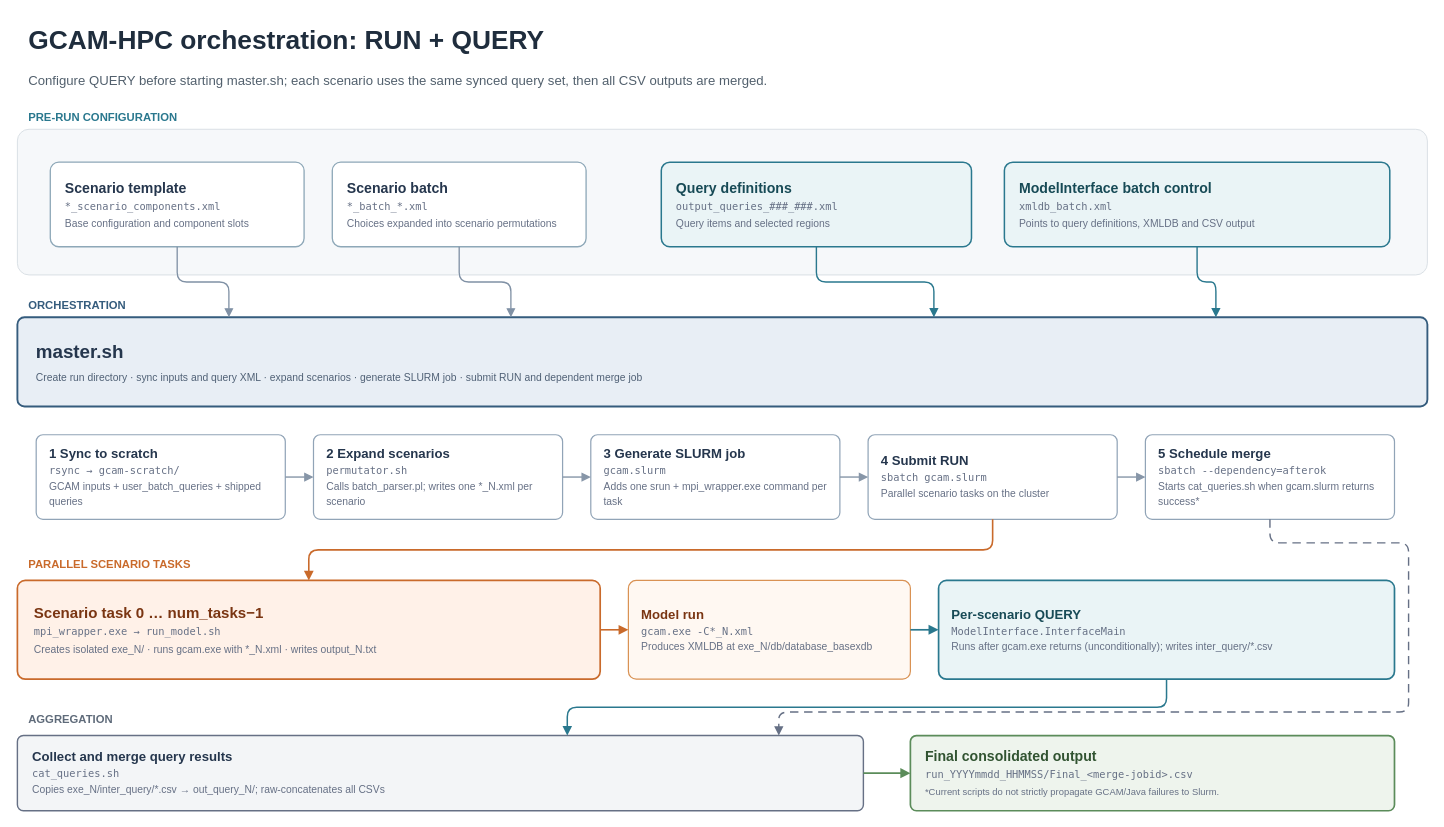
This is asset/tutorial/gcam-hpc-tutorial.drawio from jerrysong0128/gcam-hpc-PKU, a draw.io file, before an edit. Source tidied: cells renumbered, new cells numbered last; positions are measured from the earlier drawing's top-left corner, leaving out a move shared by most shapes. Both pictures are drawn from the tidied source at 94%, with x=0, y=0 at pixel (17, 16).
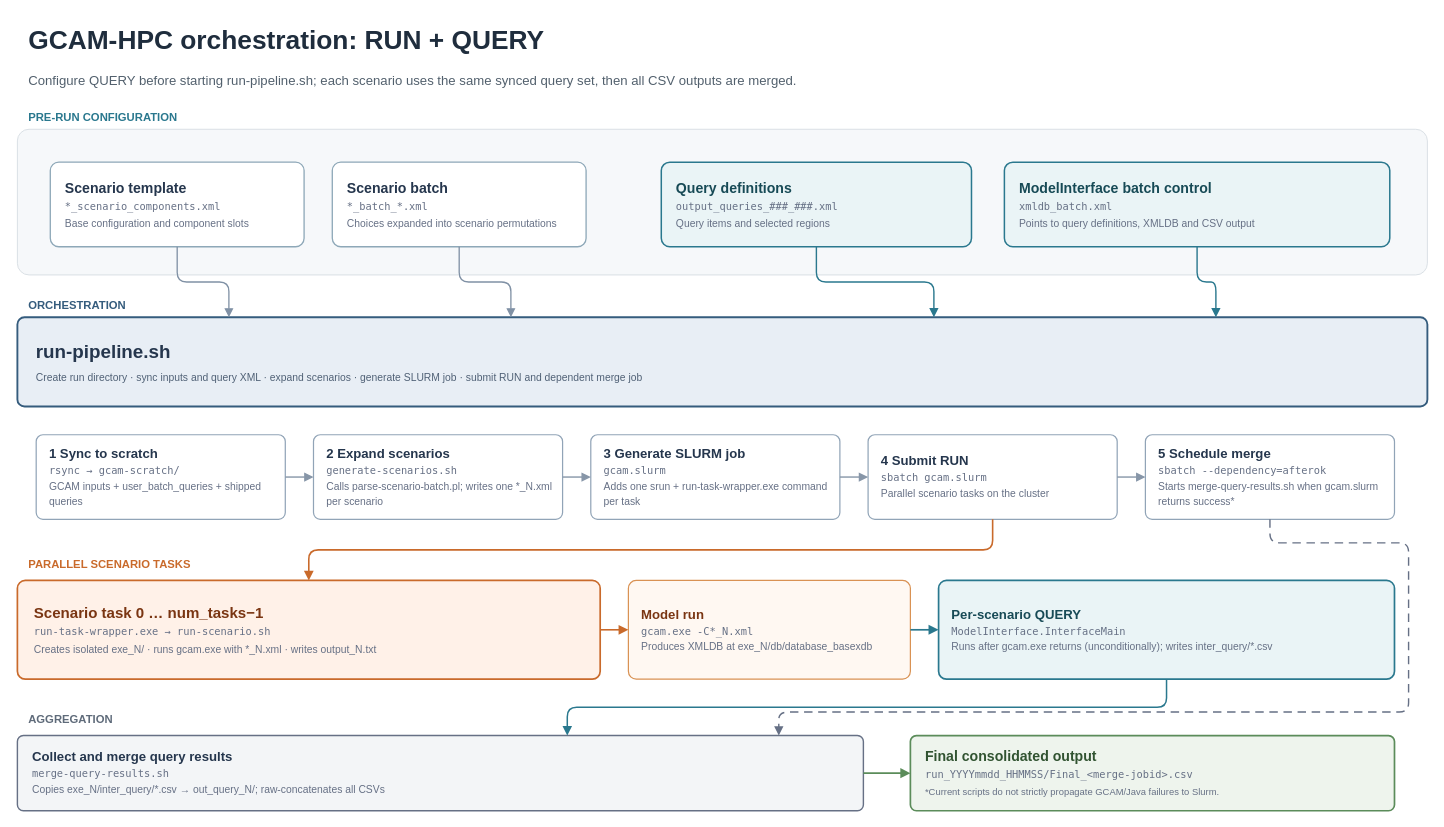
The same diagram, later.

Change to the diagram source:
```diff
@@
-    <mxCell id="3" value="Configure QUERY before starting master.sh; each scenario uses the same synced query set, then all CSV outputs are merged." style="text;html=1;align=left;verticalAlign=middle;fontFamily=Helvetica;fontSize=14;fontColor=#52606D;" parent="1" vertex="1">
+    <mxCell id="3" value="Configure QUERY before starting run-pipeline.sh; each scenario uses the same synced query set, then all CSV outputs are merged." style="text;html=1;align=left;verticalAlign=middle;fontFamily=Helvetica;fontSize=14;fontColor=#52606D;" parent="1" vertex="1">
       <mxGeometry x="10" y="55" width="1180" height="25" as="geometry" />
     </mxCell>
@@
-    <mxCell id="11" value="&lt;b&gt;master.sh&lt;/b&gt;&lt;br&gt;&lt;span style=&quot;font-size:11px;color:#506176&quot;&gt;Create run directory · sync inputs and query XML · expand scenarios · generate SLURM job · submit RUN and dependent merge job&lt;/span&gt;" style="rounded=1;arcSize=8;whiteSpace=wrap;html=1;fillColor=#E8EEF5;strokeColor=#355C7D;strokeWidth=2;fontFamily=Helvetica;fontSize=20;fontColor=#25364D;align=left;verticalAlign=middle;spacingLeft=18;" parent="1" vertex="1">
+    <mxCell id="11" value="&lt;b&gt;run-pipeline.sh&lt;/b&gt;&lt;br&gt;&lt;span style=&quot;font-size:11px;color:#506176&quot;&gt;Create run directory · sync inputs and query XML · expand scenarios · generate SLURM job · submit RUN and dependent merge job&lt;/span&gt;" style="rounded=1;arcSize=8;whiteSpace=wrap;html=1;fillColor=#E8EEF5;strokeColor=#355C7D;strokeWidth=2;fontFamily=Helvetica;fontSize=20;fontColor=#25364D;align=left;verticalAlign=middle;spacingLeft=18;" parent="1" vertex="1">
       <mxGeometry y="320" width="1500" height="95" as="geometry" />
     </mxCell>
@@
-    <mxCell id="13" value="&lt;b&gt;2  Expand scenarios&lt;/b&gt;&lt;br&gt;&lt;span style=&quot;font-family:Menlo;font-size:11px;color:#667085&quot;&gt;permutator.sh&lt;/span&gt;&lt;br&gt;&lt;span style=&quot;font-size:11px;color:#667085&quot;&gt;Calls batch_parser.pl; writes one *_N.xml per scenario&lt;/span&gt;" style="rounded=1;arcSize=8;whiteSpace=wrap;html=1;fillColor=#FFFFFF;strokeColor=#91A4B7;strokeWidth=1.3;fontFamily=Helvetica;fontSize=14;fontColor=#25364D;align=left;verticalAlign=middle;spacingLeft=12;" parent="1" vertex="1">
+    <mxCell id="13" value="&lt;b&gt;2  Expand scenarios&lt;/b&gt;&lt;br&gt;&lt;span style=&quot;font-family:Menlo;font-size:11px;color:#667085&quot;&gt;generate-scenarios.sh&lt;/span&gt;&lt;br&gt;&lt;span style=&quot;font-size:11px;color:#667085&quot;&gt;Calls parse-scenario-batch.pl; writes one *_N.xml per scenario&lt;/span&gt;" style="rounded=1;arcSize=8;whiteSpace=wrap;html=1;fillColor=#FFFFFF;strokeColor=#91A4B7;strokeWidth=1.3;fontFamily=Helvetica;fontSize=14;fontColor=#25364D;align=left;verticalAlign=middle;spacingLeft=12;" parent="1" vertex="1">
       <mxGeometry x="315" y="445" width="265" height="90" as="geometry" />
     </mxCell>
-    <mxCell id="14" value="&lt;b&gt;3  Generate SLURM job&lt;/b&gt;&lt;br&gt;&lt;span style=&quot;font-family:Menlo;font-size:11px;color:#667085&quot;&gt;gcam.slurm&lt;/span&gt;&lt;br&gt;&lt;span style=&quot;font-size:11px;color:#667085&quot;&gt;Adds one srun + mpi_wrapper.exe command per task&lt;/span&gt;" style="rounded=1;arcSize=8;whiteSpace=wrap;html=1;fillColor=#FFFFFF;strokeColor=#91A4B7;strokeWidth=1.3;fontFamily=Helvetica;fontSize=14;fontColor=#25364D;align=left;verticalAlign=middle;spacingLeft=12;" parent="1" vertex="1">
+    <mxCell id="14" value="&lt;b&gt;3  Generate SLURM job&lt;/b&gt;&lt;br&gt;&lt;span style=&quot;font-family:Menlo;font-size:11px;color:#667085&quot;&gt;gcam.slurm&lt;/span&gt;&lt;br&gt;&lt;span style=&quot;font-size:11px;color:#667085&quot;&gt;Adds one srun + run-task-wrapper.exe command per task&lt;/span&gt;" style="rounded=1;arcSize=8;whiteSpace=wrap;html=1;fillColor=#FFFFFF;strokeColor=#91A4B7;strokeWidth=1.3;fontFamily=Helvetica;fontSize=14;fontColor=#25364D;align=left;verticalAlign=middle;spacingLeft=12;" parent="1" vertex="1">
       <mxGeometry x="610" y="445" width="265" height="90" as="geometry" />
     </mxCell>
@@
-    <mxCell id="16" value="&lt;b&gt;5  Schedule merge&lt;/b&gt;&lt;br&gt;&lt;span style=&quot;font-family:Menlo;font-size:11px;color:#667085&quot;&gt;sbatch --dependency=afterok&lt;/span&gt;&lt;br&gt;&lt;span style=&quot;font-size:11px;color:#667085&quot;&gt;Starts cat_queries.sh when gcam.slurm returns success*&lt;/span&gt;" style="rounded=1;arcSize=8;whiteSpace=wrap;html=1;fillColor=#FFFFFF;strokeColor=#91A4B7;strokeWidth=1.3;fontFamily=Helvetica;fontSize=14;fontColor=#25364D;align=left;verticalAlign=middle;spacingLeft=12;" parent="1" vertex="1">
+    <mxCell id="16" value="&lt;b&gt;5  Schedule merge&lt;/b&gt;&lt;br&gt;&lt;span style=&quot;font-family:Menlo;font-size:11px;color:#667085&quot;&gt;sbatch --dependency=afterok&lt;/span&gt;&lt;br&gt;&lt;span style=&quot;font-size:11px;color:#667085&quot;&gt;Starts merge-query-results.sh when gcam.slurm returns success*&lt;/span&gt;" style="rounded=1;arcSize=8;whiteSpace=wrap;html=1;fillColor=#FFFFFF;strokeColor=#91A4B7;strokeWidth=1.3;fontFamily=Helvetica;fontSize=14;fontColor=#25364D;align=left;verticalAlign=middle;spacingLeft=12;" parent="1" vertex="1">
       <mxGeometry x="1200" y="445" width="265" height="90" as="geometry" />
     </mxCell>
@@
-    <mxCell id="18" value="&lt;b&gt;Scenario task 0 … num_tasks−1&lt;/b&gt;&lt;br&gt;&lt;span style=&quot;font-family:Menlo;font-size:11px;color:#667085&quot;&gt;mpi_wrapper.exe → run_model.sh&lt;/span&gt;&lt;br&gt;&lt;span style=&quot;font-size:11px;color:#667085&quot;&gt;Creates isolated exe_N/ · runs gcam.exe with *_N.xml · writes output_N.txt&lt;/span&gt;" style="rounded=1;arcSize=8;whiteSpace=wrap;html=1;fillColor=#FFF1E8;strokeColor=#C96A2B;strokeWidth=1.8;fontFamily=Helvetica;fontSize=16;fontColor=#7A3512;align=left;verticalAlign=middle;spacingLeft=16;" parent="1" vertex="1">
+    <mxCell id="18" value="&lt;b&gt;Scenario task 0 … num_tasks−1&lt;/b&gt;&lt;br&gt;&lt;span style=&quot;font-family:Menlo;font-size:11px;color:#667085&quot;&gt;run-task-wrapper.exe → run-scenario.sh&lt;/span&gt;&lt;br&gt;&lt;span style=&quot;font-size:11px;color:#667085&quot;&gt;Creates isolated exe_N/ · runs gcam.exe with *_N.xml · writes output_N.txt&lt;/span&gt;" style="rounded=1;arcSize=8;whiteSpace=wrap;html=1;fillColor=#FFF1E8;strokeColor=#C96A2B;strokeWidth=1.8;fontFamily=Helvetica;fontSize=16;fontColor=#7A3512;align=left;verticalAlign=middle;spacingLeft=16;" parent="1" vertex="1">
       <mxGeometry y="600" width="620" height="105" as="geometry" />
     </mxCell>
@@
-    <mxCell id="22" value="&lt;b&gt;Collect and merge query results&lt;/b&gt;&lt;br&gt;&lt;span style=&quot;font-family:Menlo;font-size:11px;color:#667085&quot;&gt;cat_queries.sh&lt;/span&gt;&lt;br&gt;&lt;span style=&quot;font-size:11px;color:#667085&quot;&gt;Copies exe_N/inter_query/*.csv → out_query_N/; raw-concatenates all CSVs&lt;/span&gt;" style="rounded=1;arcSize=8;whiteSpace=wrap;html=1;fillColor=#F3F5F7;strokeColor=#667085;strokeWidth=1.5;fontFamily=Helvetica;fontSize=14;fontColor=#25364D;align=left;verticalAlign=middle;spacingLeft=14;" parent="1" vertex="1">
+    <mxCell id="22" value="&lt;b&gt;Collect and merge query results&lt;/b&gt;&lt;br&gt;&lt;span style=&quot;font-family:Menlo;font-size:11px;color:#667085&quot;&gt;merge-query-results.sh&lt;/span&gt;&lt;br&gt;&lt;span style=&quot;font-size:11px;color:#667085&quot;&gt;Copies exe_N/inter_query/*.csv → out_query_N/; raw-concatenates all CSVs&lt;/span&gt;" style="rounded=1;arcSize=8;whiteSpace=wrap;html=1;fillColor=#F3F5F7;strokeColor=#667085;strokeWidth=1.5;fontFamily=Helvetica;fontSize=14;fontColor=#25364D;align=left;verticalAlign=middle;spacingLeft=14;" parent="1" vertex="1">
       <mxGeometry y="765" width="900" height="80" as="geometry" />
     </mxCell>
```
